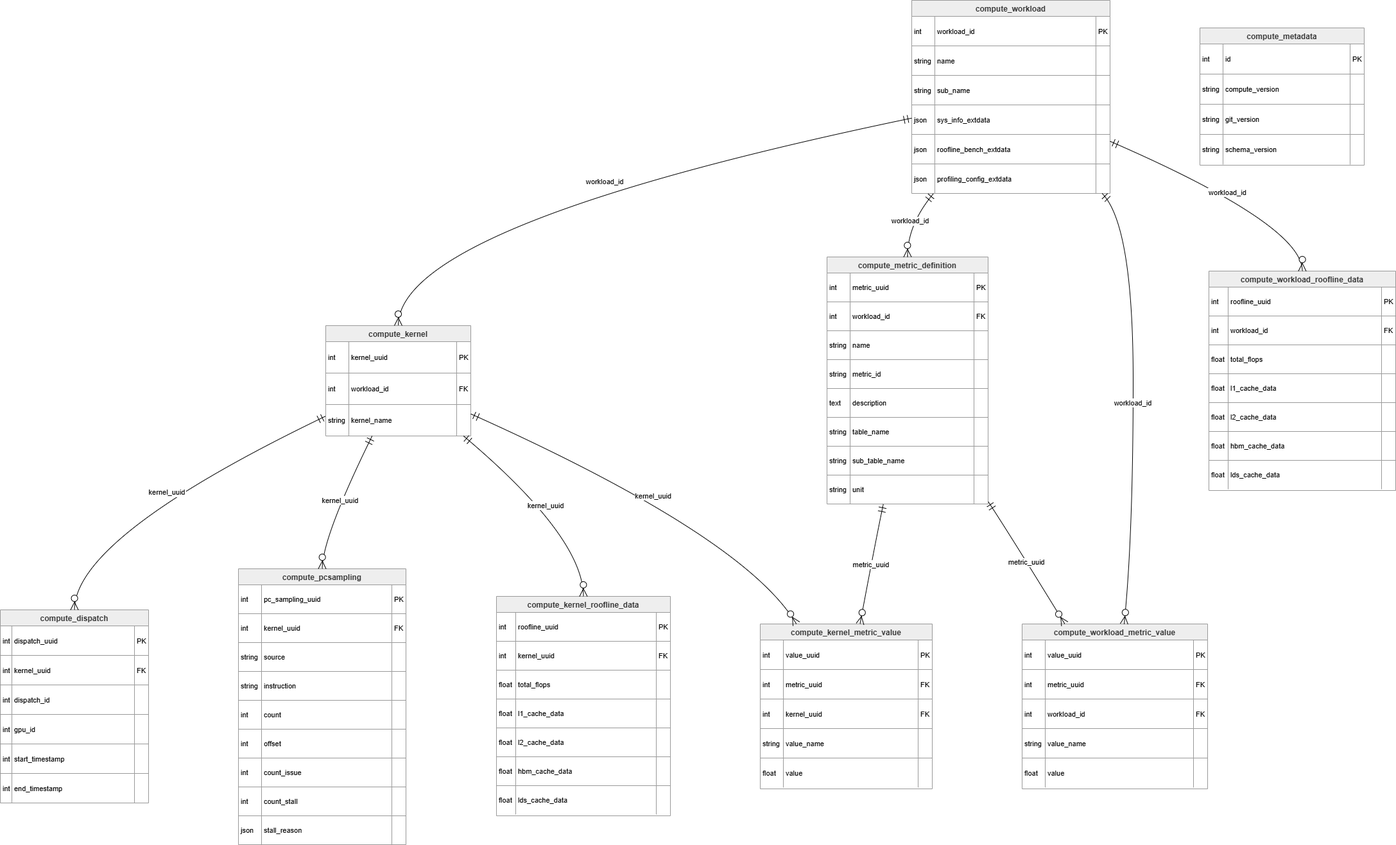
The Mermaid diagram projects/rocprofiler-compute/docs/data/analyze/analysis_data_dump_schema.png in NautRobot/Eze-P, before a commit. Its source is kept beside it as projects/rocprofiler-compute/docs/data/analyze/analysis_data_dump_schema.mmd. Its diagram source:
```mermaid

erDiagram
    compute_workload {
        int workload_id PK
        string name
        string sub_name
        json sys_info_extdata
        json roofline_bench_extdata
        json profiling_config_extdata
    }

    compute_metric_definition {
        int metric_uuid PK
        int workload_id FK
        string name
        string metric_id
        text description
        string table_name
        string sub_table_name
        string unit
    }

    compute_kernel {
        int kernel_uuid PK
        int workload_id FK
        string kernel_name
    }

    compute_dispatch {
        int dispatch_uuid PK
        int kernel_uuid FK
        int dispatch_id
        int gpu_id
        int start_timestamp
        int end_timestamp
    }

    compute_pcsampling {
        int pc_sampling_uuid PK
        int kernel_uuid FK
        string source
        string instruction
        int count
        int offset
        int count_issue
        int count_stall
        json stall_reason
    }

    compute_kernel_roofline_data {
        int roofline_uuid PK
        int kernel_uuid FK
        float total_flops
        float l1_cache_data
        float l2_cache_data
        float hbm_cache_data
        float lds_cache_data
    }

    compute_kernel_metric_value {
        int value_uuid PK
        int metric_uuid FK
        int kernel_uuid FK
        string value_name
        float value
    }

    compute_workload_metric_value {
        int value_uuid PK
        int metric_uuid FK
        int workload_id FK
        string value_name
        float value
    }

    compute_workload_roofline_data {
        int roofline_uuid PK
        int workload_id FK
        float total_flops
        float l1_cache_data
        float l2_cache_data
        float hbm_cache_data
        float lds_cache_data
    }

    compute_metadata {
        int id PK
        string compute_version
        string git_version
        string schema_version
    }

    compute_workload ||--o{ compute_kernel : workload_id
    compute_workload ||--o{ compute_metric_definition : workload_id
    compute_workload ||--o{ compute_workload_metric_value : workload_id
    compute_workload ||--o{ compute_workload_roofline_data : workload_id

    compute_kernel ||--o{ compute_dispatch : kernel_uuid
    compute_kernel ||--o{ compute_pcsampling : kernel_uuid
    compute_kernel ||--o{ compute_kernel_roofline_data : kernel_uuid
    compute_kernel ||--o{ compute_kernel_metric_value : kernel_uuid

    compute_metric_definition ||--o{ compute_kernel_metric_value : metric_uuid
    compute_metric_definition ||--o{ compute_workload_metric_value : metric_uuid
```
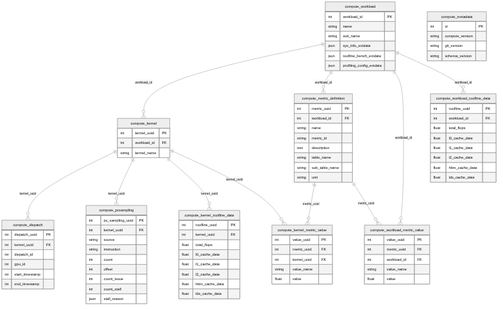
The same diagram one commit later.

The edit, as a diff of the source:
```diff
@@ -51,6 +51,7 @@
         int roofline_uuid PK
         int kernel_uuid FK
         float total_flops
+        float l0_cache_data
         float l1_cache_data
         float l2_cache_data
         float hbm_cache_data
@@ -77,6 +78,7 @@
         int roofline_uuid PK
         int workload_id FK
         float total_flops
+        float l0_cache_data
         float l1_cache_data
         float l2_cache_data
         float hbm_cache_data
```
